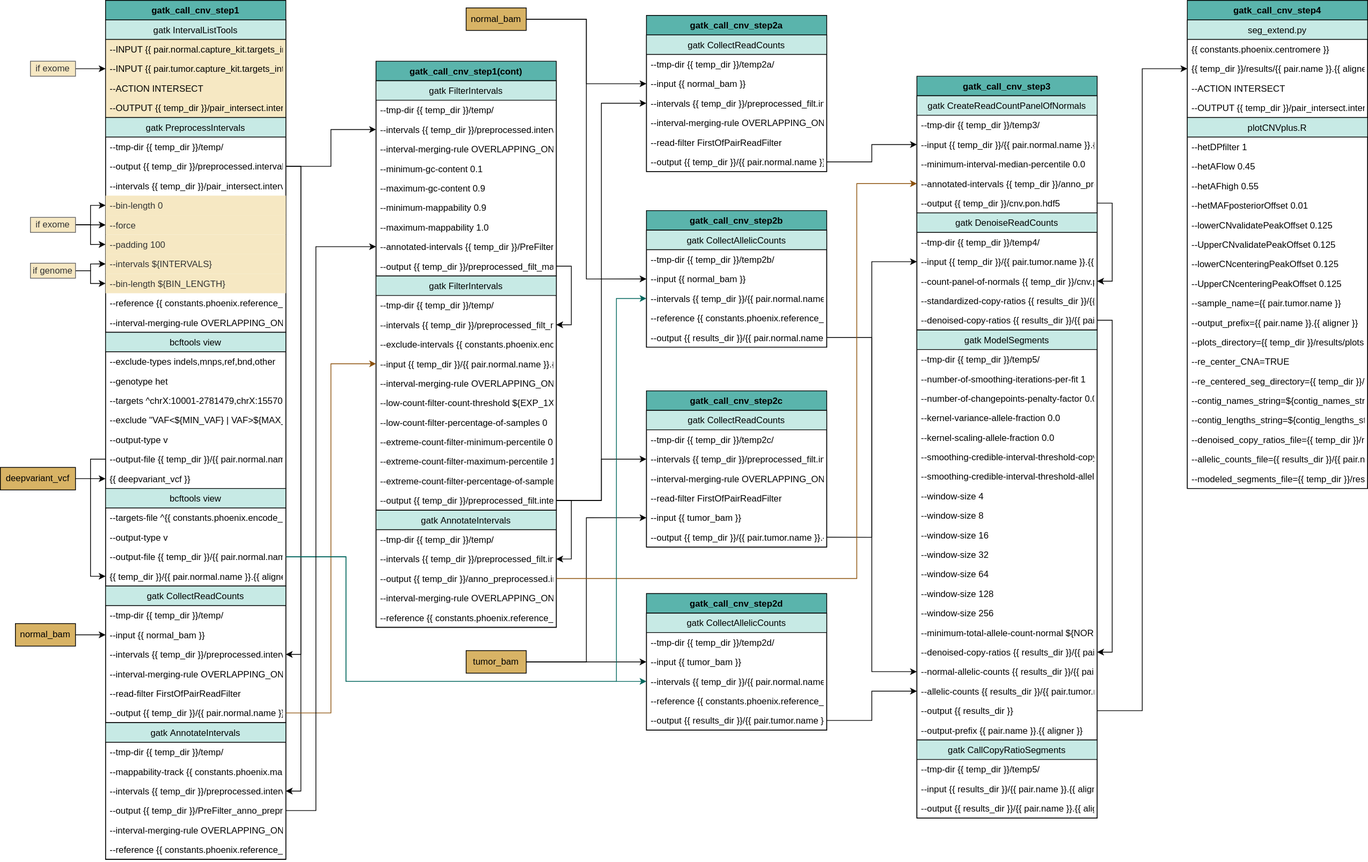
Earlier version of the draw.io export docs/source/phoenix/workflows/embed/Somatic_gatk_cnv.svg (bryce-turner/tgen-jetstream-docs). Source tidied: cells renumbered, new cells last; positions are measured from the earlier drawing's top-left corner, leaving out a move shared by most shapes.
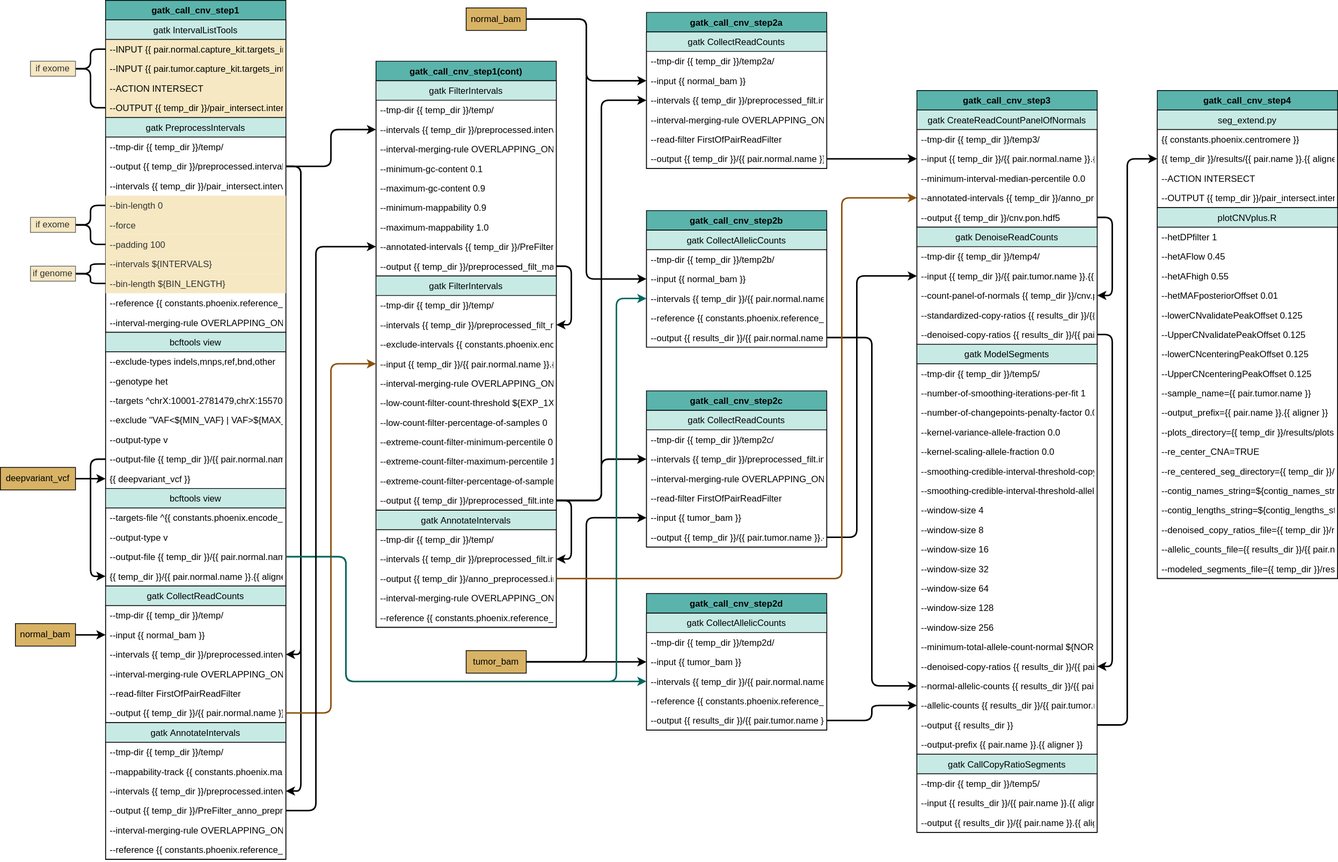
After the change.

Commit message:
Attempting to improve readability again

Change to the diagram source:
```diff
@@ -4,3 +4,3 @@
     <mxCell id="1" parent="0" />
-    <mxCell id="2" style="edgeStyle=orthogonalEdgeStyle;rounded=0;jettySize=auto;html=1;exitX=1;exitY=0.5;exitDx=0;exitDy=0;entryX=0;entryY=0.5;entryDx=0;entryDy=0;fontColor=#000000;" parent="1" edge="1" source="3" target="38">
+    <mxCell id="2" style="edgeStyle=orthogonalEdgeStyle;rounded=1;jettySize=auto;html=1;exitX=1;exitY=0.5;exitDx=0;exitDy=0;entryX=0;entryY=0.5;entryDx=0;entryDy=0;fontColor=#000000;strokeWidth=2;" parent="1" edge="1" source="3" target="38">
       <mxGeometry relative="1" as="geometry" />
@@ -10,3 +10,3 @@
     </mxCell>
-    <mxCell id="4" style="edgeStyle=orthogonalEdgeStyle;rounded=0;jettySize=auto;html=1;exitX=1;exitY=0.5;exitDx=0;exitDy=0;entryX=0;entryY=0.5;entryDx=0;entryDy=0;fontColor=#000000;" parent="1" edge="1" source="5" target="30">
+    <mxCell id="4" style="edgeStyle=orthogonalEdgeStyle;rounded=1;jettySize=auto;html=1;exitX=1;exitY=0.5;exitDx=0;exitDy=0;entryX=0;entryY=0.5;entryDx=0;entryDy=0;fontColor=#000000;strokeWidth=2;" parent="1" edge="1" source="5" target="30">
       <mxGeometry relative="1" as="geometry" />
@@ -148,18 +148,15 @@
     </mxCell>
-    <mxCell id="50" style="edgeStyle=orthogonalEdgeStyle;rounded=0;jettySize=auto;html=1;exitX=0;exitY=0.5;exitDx=0;exitDy=0;entryX=0;entryY=0.5;entryDx=0;entryDy=0;fontColor=#000000;" parent="6" edge="1" source="29" target="35">
+    <mxCell id="50" style="edgeStyle=orthogonalEdgeStyle;rounded=1;jettySize=auto;html=1;exitX=0;exitY=0.5;exitDx=0;exitDy=0;entryX=0;entryY=0.5;entryDx=0;entryDy=0;fontColor=#000000;strokeWidth=2;" parent="6" edge="1" source="29" target="35">
       <mxGeometry relative="1" as="geometry" />
     </mxCell>
-    <mxCell id="51" style="edgeStyle=orthogonalEdgeStyle;rounded=0;jettySize=auto;html=1;exitX=1;exitY=0.5;exitDx=0;exitDy=0;entryX=1;entryY=0.5;entryDx=0;entryDy=0;fontColor=#000000;" parent="6" edge="1" source="14" target="39">
+    <mxCell id="51" style="edgeStyle=orthogonalEdgeStyle;rounded=1;jettySize=auto;html=1;exitX=1;exitY=0.5;exitDx=0;exitDy=0;entryX=1;entryY=0.5;entryDx=0;entryDy=0;fontColor=#000000;strokeWidth=2;" parent="6" edge="1" source="14" target="39">
       <mxGeometry relative="1" as="geometry" />
     </mxCell>
-    <mxCell id="52" style="edgeStyle=orthogonalEdgeStyle;rounded=0;jettySize=auto;html=1;exitX=1;exitY=0.5;exitDx=0;exitDy=0;entryX=1;entryY=0.5;entryDx=0;entryDy=0;fontColor=#000000;" parent="6" edge="1" source="14" target="46">
+    <mxCell id="52" style="edgeStyle=orthogonalEdgeStyle;rounded=1;jettySize=auto;html=1;exitX=1;exitY=0.5;exitDx=0;exitDy=0;entryX=1;entryY=0.5;entryDx=0;entryDy=0;fontColor=#000000;strokeWidth=2;" parent="6" edge="1" source="14" target="46">
       <mxGeometry relative="1" as="geometry" />
     </mxCell>
-    <mxCell id="53" style="edgeStyle=orthogonalEdgeStyle;rounded=0;jettySize=auto;html=1;exitX=1;exitY=0.5;exitDx=0;exitDy=0;entryX=0;entryY=0.5;entryDx=0;entryDy=0;" parent="1" edge="1" source="56" target="17">
-      <mxGeometry relative="1" as="geometry" />
-    </mxCell>
-    <mxCell id="54" style="edgeStyle=orthogonalEdgeStyle;rounded=0;jettySize=auto;html=1;exitX=1;exitY=0.5;exitDx=0;exitDy=0;entryX=0;entryY=0.5;entryDx=0;entryDy=0;" parent="1" edge="1" source="56" target="16">
+    <mxCell id="54" style="edgeStyle=orthogonalEdgeStyle;rounded=1;jettySize=auto;html=1;exitX=1;exitY=0.5;exitDx=0;exitDy=0;entryX=0;entryY=0.5;entryDx=0;entryDy=0;strokeWidth=2;endArrow=none;endFill=0;" parent="1" edge="1" source="56" target="16">
       <mxGeometry relative="1" as="geometry" />
     </mxCell>
-    <mxCell id="55" style="edgeStyle=orthogonalEdgeStyle;rounded=0;jettySize=auto;html=1;exitX=1;exitY=0.5;exitDx=0;exitDy=0;entryX=0;entryY=0.5;entryDx=0;entryDy=0;" parent="1" edge="1" source="56" target="18">
+    <mxCell id="55" style="edgeStyle=orthogonalEdgeStyle;rounded=1;jettySize=auto;html=1;exitX=1;exitY=0.5;exitDx=0;exitDy=0;entryX=0;entryY=0.5;entryDx=0;entryDy=0;strokeWidth=2;endArrow=none;endFill=0;" parent="1" edge="1" source="56" target="18">
       <mxGeometry relative="1" as="geometry" />
@@ -169,6 +166,6 @@
     </mxCell>
-    <mxCell id="57" style="edgeStyle=orthogonalEdgeStyle;rounded=0;jettySize=auto;html=1;exitX=1;exitY=0.5;exitDx=0;exitDy=0;entryX=0;entryY=0.5;entryDx=0;entryDy=0;" parent="1" edge="1" source="59" target="19">
+    <mxCell id="57" style="edgeStyle=orthogonalEdgeStyle;rounded=1;jettySize=auto;html=1;exitX=1;exitY=0.5;exitDx=0;exitDy=0;entryX=0;entryY=0.5;entryDx=0;entryDy=0;strokeWidth=2;endArrow=none;endFill=0;" parent="1" edge="1" source="59" target="19">
       <mxGeometry relative="1" as="geometry" />
     </mxCell>
-    <mxCell id="58" style="edgeStyle=orthogonalEdgeStyle;rounded=0;jettySize=auto;html=1;exitX=1;exitY=0.5;exitDx=0;exitDy=0;entryX=0;entryY=0.5;entryDx=0;entryDy=0;" parent="1" edge="1" source="59" target="20">
+    <mxCell id="58" style="edgeStyle=orthogonalEdgeStyle;rounded=1;jettySize=auto;html=1;exitX=1;exitY=0.5;exitDx=0;exitDy=0;entryX=0;entryY=0.5;entryDx=0;entryDy=0;strokeWidth=2;endArrow=none;endFill=0;" parent="1" edge="1" source="59" target="20">
       <mxGeometry relative="1" as="geometry" />
@@ -176,6 +173,6 @@
     <mxCell id="59" value="if genome" style="text;html=1;strokeColor=#666666;fillColor=#f6e8c3;align=center;verticalAlign=middle;whiteSpace=wrap;rounded=0;fontColor=#333333;" parent="1" vertex="1">
-      <mxGeometry x="40" y="350" width="60" height="20" as="geometry" />
+      <mxGeometry x="40" y="354" width="60" height="20" as="geometry" />
     </mxCell>
     <mxCell id="60" value="gatk_call_cnv_step4" style="swimlane;fontStyle=1;horizontal=1;startSize=26;fillColor=#5ab4ac;direction=east;" parent="1" vertex="1">
-      <mxGeometry x="1580" width="240" height="650" as="geometry" />
+      <mxGeometry x="1540" y="120" width="240" height="650" as="geometry" />
     </mxCell>
@@ -254,3 +251,3 @@
     <mxCell id="85" value="gatk_call_cnv_step3" style="swimlane;fontStyle=1;horizontal=1;startSize=26;fillColor=#5ab4ac;direction=east;" parent="1" vertex="1">
-      <mxGeometry x="1220" y="101" width="240" height="988" as="geometry" />
+      <mxGeometry x="1220" y="120" width="240" height="988" as="geometry" />
     </mxCell>
@@ -367,6 +364,6 @@
     </mxCell>
-    <mxCell id="123" style="edgeStyle=orthogonalEdgeStyle;rounded=0;jettySize=auto;html=1;exitX=1;exitY=0.5;exitDx=0;exitDy=0;entryX=1;entryY=0.5;entryDx=0;entryDy=0;fontColor=#000000;" parent="85" edge="1" source="97" target="114">
+    <mxCell id="123" style="edgeStyle=orthogonalEdgeStyle;rounded=1;jettySize=auto;html=1;exitX=1;exitY=0.5;exitDx=0;exitDy=0;entryX=1;entryY=0.5;entryDx=0;entryDy=0;fontColor=#000000;strokeWidth=2;" parent="85" edge="1" source="97" target="114">
       <mxGeometry relative="1" as="geometry" />
     </mxCell>
-    <mxCell id="124" style="edgeStyle=orthogonalEdgeStyle;rounded=0;jettySize=auto;html=1;exitX=1;exitY=0.5;exitDx=0;exitDy=0;entryX=1;entryY=0.5;entryDx=0;entryDy=0;fontColor=#000000;" parent="85" edge="1" source="91" target="95">
+    <mxCell id="124" style="edgeStyle=orthogonalEdgeStyle;rounded=1;jettySize=auto;html=1;exitX=1;exitY=0.5;exitDx=0;exitDy=0;entryX=1;entryY=0.5;entryDx=0;entryDy=0;fontColor=#000000;strokeWidth=2;" parent="85" edge="1" source="91" target="95">
       <mxGeometry relative="1" as="geometry" />
@@ -419,3 +416,3 @@
     <mxCell id="140" value="gatk_call_cnv_step2a" style="swimlane;fontStyle=1;horizontal=1;startSize=26;fillColor=#5ab4ac;direction=east;" parent="1" vertex="1">
-      <mxGeometry x="860" y="20" width="240" height="208" as="geometry" />
+      <mxGeometry x="860" y="16" width="240" height="208" as="geometry" />
     </mxCell>
@@ -550,11 +547,14 @@
     </mxCell>
-    <mxCell id="184" style="edgeStyle=orthogonalEdgeStyle;rounded=0;jettySize=auto;html=1;exitX=1;exitY=0.5;exitDx=0;exitDy=0;entryX=1;entryY=0.5;entryDx=0;entryDy=0;fontColor=#000000;" parent="155" edge="1" source="177" target="180">
+    <mxCell id="184" style="edgeStyle=orthogonalEdgeStyle;rounded=1;jettySize=auto;html=1;exitX=1;exitY=0.5;exitDx=0;exitDy=0;entryX=1;entryY=0.5;entryDx=0;entryDy=0;fontColor=#000000;strokeWidth=2;" parent="155" edge="1" source="177" target="180">
       <mxGeometry relative="1" as="geometry" />
     </mxCell>
-    <mxCell id="185" style="edgeStyle=orthogonalEdgeStyle;rounded=0;jettySize=auto;html=1;exitX=1;exitY=0.5;exitDx=0;exitDy=0;entryX=1;entryY=0.5;entryDx=0;entryDy=0;fontColor=#000000;" parent="155" edge="1" source="165" target="168">
+    <mxCell id="185" style="edgeStyle=orthogonalEdgeStyle;rounded=1;jettySize=auto;html=1;exitX=1;exitY=0.5;exitDx=0;exitDy=0;entryX=1;entryY=0.5;entryDx=0;entryDy=0;fontColor=#000000;strokeWidth=2;" parent="155" edge="1" source="165" target="168">
       <mxGeometry relative="1" as="geometry" />
     </mxCell>
-    <mxCell id="186" style="edgeStyle=orthogonalEdgeStyle;rounded=0;jettySize=auto;html=1;exitX=1;exitY=0.5;exitDx=0;exitDy=0;entryX=0;entryY=0.5;entryDx=0;entryDy=0;fontColor=#000000;" parent="1" edge="1" source="187" target="9">
-      <mxGeometry relative="1" as="geometry" />
-    </mxCell>
+    <mxCell id="207" style="edgeStyle=orthogonalEdgeStyle;rounded=1;jettySize=auto;html=1;exitX=1;exitY=0.5;exitDx=0;exitDy=0;entryX=0;entryY=0.5;entryDx=0;entryDy=0;startArrow=none;startFill=0;endArrow=none;endFill=0;strokeWidth=2;" parent="1" edge="1" source="187" target="8">
+      <mxGeometry relative="1" as="geometry" />
+    </mxCell>
+    <mxCell id="208" style="edgeStyle=orthogonalEdgeStyle;rounded=1;jettySize=auto;html=1;exitX=1;exitY=0.5;exitDx=0;exitDy=0;entryX=0;entryY=0.5;entryDx=0;entryDy=0;startArrow=none;startFill=0;endArrow=none;endFill=0;strokeWidth=2;" parent="1" edge="1" source="187" target="11">
+      <mxGeometry relative="1" as="geometry" />
+    </mxCell>
     <mxCell id="187" value="if exome" style="text;html=1;strokeColor=#666666;fillColor=#f6e8c3;align=center;verticalAlign=middle;whiteSpace=wrap;rounded=0;fontColor=#333333;" parent="1" vertex="1">
@@ -562,9 +562,9 @@
     </mxCell>
-    <mxCell id="188" style="edgeStyle=orthogonalEdgeStyle;rounded=0;jettySize=auto;html=1;exitX=1;exitY=0.5;exitDx=0;exitDy=0;entryX=0;entryY=0.5;entryDx=0;entryDy=0;fontColor=#000000;" parent="1" edge="1" source="14" target="158">
+    <mxCell id="188" style="edgeStyle=orthogonalEdgeStyle;rounded=1;jettySize=auto;html=1;exitX=1;exitY=0.5;exitDx=0;exitDy=0;entryX=0;entryY=0.5;entryDx=0;entryDy=0;fontColor=#000000;strokeWidth=2;" parent="1" edge="1" source="14" target="158">
       <mxGeometry relative="1" as="geometry" />
     </mxCell>
-    <mxCell id="189" style="edgeStyle=orthogonalEdgeStyle;rounded=0;jettySize=auto;html=1;exitX=1;exitY=0.5;exitDx=0;exitDy=0;entryX=0;entryY=0.5;entryDx=0;entryDy=0;fontColor=#000000;" parent="1" edge="1" source="191" target="143">
+    <mxCell id="189" style="edgeStyle=orthogonalEdgeStyle;rounded=1;jettySize=auto;html=1;exitX=1;exitY=0.5;exitDx=0;exitDy=0;entryX=0;entryY=0.5;entryDx=0;entryDy=0;fontColor=#000000;strokeWidth=2;" parent="1" edge="1" source="191" target="143">
       <mxGeometry relative="1" as="geometry" />
     </mxCell>
-    <mxCell id="190" style="edgeStyle=orthogonalEdgeStyle;rounded=0;jettySize=auto;html=1;exitX=1;exitY=0.5;exitDx=0;exitDy=0;entryX=0;entryY=0.5;entryDx=0;entryDy=0;fontColor=#000000;" parent="1" edge="1" source="191" target="151">
+    <mxCell id="190" style="edgeStyle=orthogonalEdgeStyle;rounded=1;jettySize=auto;html=1;exitX=1;exitY=0.5;exitDx=0;exitDy=0;entryX=0;entryY=0.5;entryDx=0;entryDy=0;fontColor=#000000;strokeWidth=2;" parent="1" edge="1" source="191" target="151">
       <mxGeometry relative="1" as="geometry" />
@@ -574,12 +574,12 @@
     </mxCell>
-    <mxCell id="192" style="edgeStyle=orthogonalEdgeStyle;rounded=0;jettySize=auto;html=1;exitX=1;exitY=0.5;exitDx=0;exitDy=0;entryX=0;entryY=0.5;entryDx=0;entryDy=0;fontColor=#000000;" parent="1" edge="1" source="177" target="144">
+    <mxCell id="192" style="edgeStyle=orthogonalEdgeStyle;rounded=1;jettySize=auto;html=1;exitX=1;exitY=0.5;exitDx=0;exitDy=0;entryX=0;entryY=0.5;entryDx=0;entryDy=0;fontColor=#000000;strokeWidth=2;" parent="1" edge="1" source="177" target="144">
       <mxGeometry relative="1" as="geometry" />
     </mxCell>
-    <mxCell id="193" style="edgeStyle=orthogonalEdgeStyle;rounded=0;jettySize=auto;html=1;exitX=1;exitY=0.5;exitDx=0;exitDy=0;entryX=0;entryY=0.5;entryDx=0;entryDy=0;fontColor=#000000;" parent="1" edge="1" source="177" target="135">
+    <mxCell id="193" style="edgeStyle=orthogonalEdgeStyle;rounded=1;jettySize=auto;html=1;exitX=1;exitY=0.5;exitDx=0;exitDy=0;entryX=0;entryY=0.5;entryDx=0;entryDy=0;fontColor=#000000;strokeWidth=2;" parent="1" edge="1" source="177" target="135">
       <mxGeometry relative="1" as="geometry" />
     </mxCell>
-    <mxCell id="194" style="edgeStyle=orthogonalEdgeStyle;rounded=0;jettySize=auto;html=1;exitX=1;exitY=0.5;exitDx=0;exitDy=0;entryX=0;entryY=0.5;entryDx=0;entryDy=0;fontColor=#000000;" parent="1" edge="1" source="196" target="128">
+    <mxCell id="194" style="edgeStyle=orthogonalEdgeStyle;rounded=1;jettySize=auto;html=1;exitX=1;exitY=0.5;exitDx=0;exitDy=0;entryX=0;entryY=0.5;entryDx=0;entryDy=0;fontColor=#000000;strokeWidth=2;" parent="1" edge="1" source="196" target="128">
       <mxGeometry relative="1" as="geometry" />
     </mxCell>
-    <mxCell id="195" style="edgeStyle=orthogonalEdgeStyle;rounded=0;jettySize=auto;html=1;exitX=1;exitY=0.5;exitDx=0;exitDy=0;entryX=0;entryY=0.5;entryDx=0;entryDy=0;fontColor=#000000;" parent="1" edge="1" source="196" target="138">
+    <mxCell id="195" style="edgeStyle=orthogonalEdgeStyle;rounded=1;jettySize=auto;html=1;exitX=1;exitY=0.5;exitDx=0;exitDy=0;entryX=0;entryY=0.5;entryDx=0;entryDy=0;fontColor=#000000;strokeWidth=2;" parent="1" edge="1" source="196" target="138">
       <mxGeometry relative="1" as="geometry" />
@@ -589,22 +589,27 @@
     </mxCell>
-    <mxCell id="197" style="edgeStyle=orthogonalEdgeStyle;rounded=0;jettySize=auto;html=1;exitX=1;exitY=0.5;exitDx=0;exitDy=0;entryX=0;entryY=0.5;entryDx=0;entryDy=0;fontColor=#000000;" parent="1" edge="1" source="147" target="88">
+    <mxCell id="197" style="edgeStyle=orthogonalEdgeStyle;rounded=1;jettySize=auto;html=1;exitX=1;exitY=0.5;exitDx=0;exitDy=0;entryX=0;entryY=0.5;entryDx=0;entryDy=0;fontColor=#000000;strokeWidth=2;" parent="1" edge="1" source="147" target="88">
       <mxGeometry relative="1" as="geometry" />
     </mxCell>
-    <mxCell id="198" style="edgeStyle=orthogonalEdgeStyle;rounded=0;jettySize=auto;html=1;exitX=1;exitY=0.5;exitDx=0;exitDy=0;entryX=0;entryY=0.5;entryDx=0;entryDy=0;fontColor=#000000;" parent="1" edge="1" source="139" target="94">
-      <mxGeometry relative="1" as="geometry" />
+    <mxCell id="198" style="edgeStyle=orthogonalEdgeStyle;rounded=1;jettySize=auto;html=1;exitX=1;exitY=0.5;exitDx=0;exitDy=0;entryX=0;entryY=0.5;entryDx=0;entryDy=0;fontColor=#000000;strokeWidth=2;" parent="1" edge="1" source="139" target="94">
+      <mxGeometry relative="1" as="geometry">
+        <Array as="points">
+          <mxPoint x="1140" y="715" />
+          <mxPoint x="1140" y="367" />
+        </Array>
+      </mxGeometry>
     </mxCell>
-    <mxCell id="199" style="edgeStyle=orthogonalEdgeStyle;rounded=0;jettySize=auto;html=1;exitX=1;exitY=0.5;exitDx=0;exitDy=0;entryX=0;entryY=0.5;entryDx=0;entryDy=0;fontColor=#000000;" parent="1" edge="1" source="154" target="115">
+    <mxCell id="199" style="edgeStyle=orthogonalEdgeStyle;rounded=1;jettySize=auto;html=1;exitX=1;exitY=0.5;exitDx=0;exitDy=0;entryX=0;entryY=0.5;entryDx=0;entryDy=0;fontColor=#000000;strokeWidth=2;" parent="1" edge="1" source="154" target="115">
       <mxGeometry relative="1" as="geometry" />
     </mxCell>
-    <mxCell id="200" style="edgeStyle=orthogonalEdgeStyle;rounded=0;jettySize=auto;html=1;exitX=1;exitY=0.5;exitDx=0;exitDy=0;entryX=0;entryY=0.5;entryDx=0;entryDy=0;fontColor=#000000;" parent="1" edge="1" source="131" target="116">
+    <mxCell id="200" style="edgeStyle=orthogonalEdgeStyle;rounded=1;jettySize=auto;html=1;exitX=1;exitY=0.5;exitDx=0;exitDy=0;entryX=0;entryY=0.5;entryDx=0;entryDy=0;fontColor=#000000;strokeWidth=2;" parent="1" edge="1" source="131" target="116">
       <mxGeometry relative="1" as="geometry" />
     </mxCell>
-    <mxCell id="201" style="edgeStyle=orthogonalEdgeStyle;rounded=0;jettySize=auto;html=1;exitX=1;exitY=0.5;exitDx=0;exitDy=0;fontColor=#000000;strokeColor=#8c510a;" parent="1" edge="1" source="42" target="170">
+    <mxCell id="201" style="edgeStyle=orthogonalEdgeStyle;rounded=1;jettySize=auto;html=1;exitX=1;exitY=0.5;exitDx=0;exitDy=0;fontColor=#000000;strokeColor=#8c510a;strokeWidth=2;" parent="1" edge="1" source="42" target="170">
       <mxGeometry relative="1" as="geometry" />
     </mxCell>
-    <mxCell id="202" style="edgeStyle=orthogonalEdgeStyle;rounded=0;jettySize=auto;html=1;exitX=1;exitY=0.5;exitDx=0;exitDy=0;entryX=0;entryY=0.5;entryDx=0;entryDy=0;fontColor=#000000;strokeColor=#8c510a;" parent="1" edge="1" source="181" target="90">
+    <mxCell id="202" style="edgeStyle=orthogonalEdgeStyle;rounded=1;jettySize=auto;html=1;exitX=1;exitY=0.5;exitDx=0;exitDy=0;entryX=0;entryY=0.5;entryDx=0;entryDy=0;fontColor=#000000;strokeColor=#8c510a;strokeWidth=2;" parent="1" edge="1" source="181" target="90">
       <mxGeometry relative="1" as="geometry">
         <Array as="points">
-          <mxPoint x="1140" y="770" />
-          <mxPoint x="1140" y="244" />
+          <mxPoint x="1120" y="770" />
+          <mxPoint x="1120" y="263" />
         </Array>
@@ -612,3 +617,3 @@
     </mxCell>
-    <mxCell id="203" style="edgeStyle=orthogonalEdgeStyle;rounded=0;jettySize=auto;html=1;exitX=1;exitY=0.5;exitDx=0;exitDy=0;entryX=0;entryY=0.5;entryDx=0;entryDy=0;fontColor=#000000;strokeColor=#00665d;" parent="1" edge="1" source="34" target="129">
+    <mxCell id="203" style="edgeStyle=orthogonalEdgeStyle;rounded=1;jettySize=auto;html=1;exitX=1;exitY=0.5;exitDx=0;exitDy=0;entryX=0;entryY=0.5;entryDx=0;entryDy=0;fontColor=#000000;strokeColor=#00665d;strokeWidth=2;" parent="1" edge="1" source="34" target="129">
       <mxGeometry relative="1" as="geometry">
@@ -620,3 +625,3 @@
     </mxCell>
-    <mxCell id="204" style="edgeStyle=orthogonalEdgeStyle;rounded=0;jettySize=auto;html=1;exitX=1;exitY=0.5;exitDx=0;exitDy=0;fontColor=#000000;entryX=0;entryY=0.5;entryDx=0;entryDy=0;strokeColor=#00665d;" parent="1" edge="1" source="34" target="152">
+    <mxCell id="204" style="edgeStyle=orthogonalEdgeStyle;rounded=1;jettySize=auto;html=1;exitX=1;exitY=0.5;exitDx=0;exitDy=0;fontColor=#000000;entryX=0;entryY=0.5;entryDx=0;entryDy=0;strokeColor=#00665d;strokeWidth=2;" parent="1" edge="1" source="34" target="152">
       <mxGeometry relative="1" as="geometry">
@@ -630,3 +635,3 @@
     </mxCell>
-    <mxCell id="205" style="edgeStyle=orthogonalEdgeStyle;rounded=0;jettySize=auto;html=1;exitX=1;exitY=0.5;exitDx=0;exitDy=0;entryX=0;entryY=0.5;entryDx=0;entryDy=0;fontColor=#000000;" parent="1" edge="1" source="47" target="164">
+    <mxCell id="205" style="edgeStyle=orthogonalEdgeStyle;rounded=1;jettySize=auto;html=1;exitX=1;exitY=0.5;exitDx=0;exitDy=0;entryX=0;entryY=0.5;entryDx=0;entryDy=0;fontColor=#000000;strokeWidth=2;" parent="1" edge="1" source="47" target="164">
       <mxGeometry relative="1" as="geometry">
@@ -638,3 +643,3 @@
     </mxCell>
-    <mxCell id="206" style="edgeStyle=orthogonalEdgeStyle;rounded=0;jettySize=auto;html=1;exitX=1;exitY=0.5;exitDx=0;exitDy=0;entryX=0;entryY=0.5;entryDx=0;entryDy=0;fontColor=#000000;" parent="1" edge="1" source="117" target="63">
+    <mxCell id="206" style="edgeStyle=orthogonalEdgeStyle;rounded=1;jettySize=auto;html=1;exitX=1;exitY=0.5;exitDx=0;exitDy=0;entryX=0;entryY=0.5;entryDx=0;entryDy=0;fontColor=#000000;strokeWidth=2;" parent="1" edge="1" source="117" target="63">
       <mxGeometry relative="1" as="geometry" />
```
